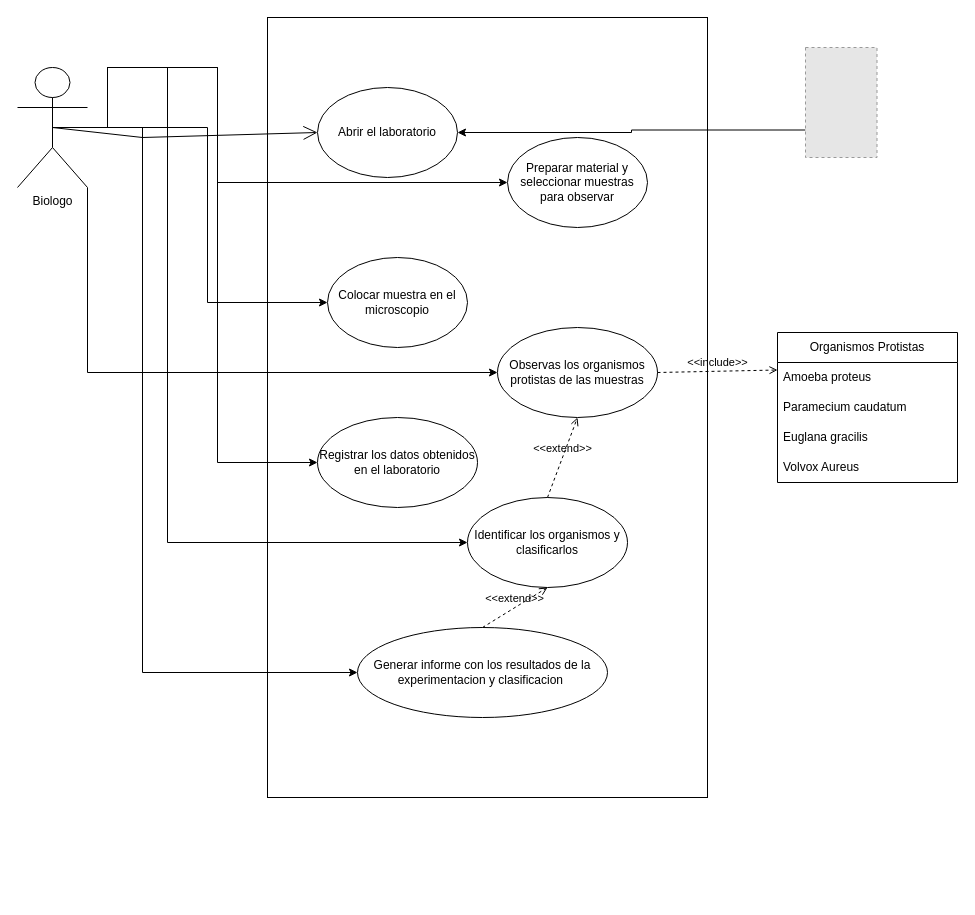
Earlier version of the draw.io diagram design/ReinoProtistaUseCase.drawio (nikito34-max/proyectoVeterinaria_grupo3). Source tidied: cells renumbered, new cells numbered last; positions are measured from the earlier drawing's top-left corner, leaving out a move shared by most shapes. Both pictures are drawn from the tidied source at 100%, with x=0, y=0 at pixel (17, 17). Pictures stored in the file or linked from it are replaced by grey dashed boxes.
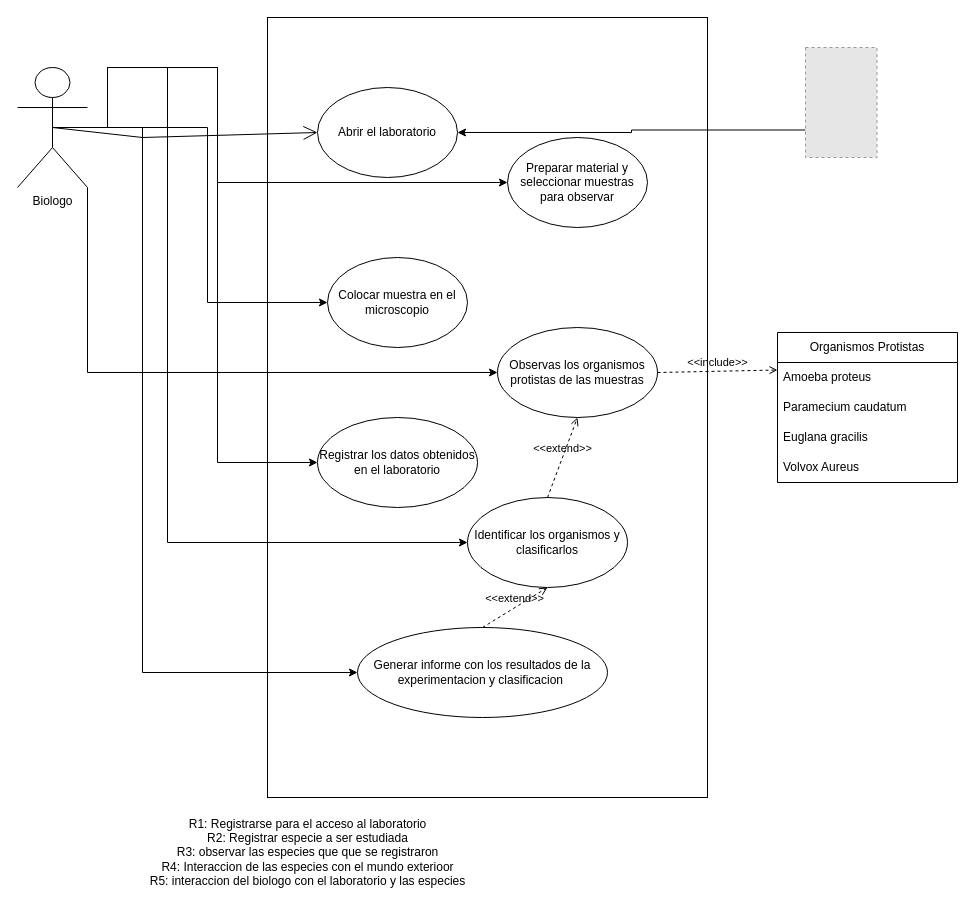
The same diagram, later.

Commit message:
modificacion de design/ReinoProtistaUseCase.drawio

Diff of the diagram source:
```diff
@@
+    <mxCell id="28" value="R1: Registrarse para el acceso al laboratorio&lt;div&gt;R2: Registrar especie a ser estudiada&lt;/div&gt;&lt;div&gt;R3: observar las especies que que se registraron&lt;br&gt;R4: Interaccion de las especies con el mundo exterioor&lt;/div&gt;&lt;div&gt;R5: interaccion del biologo con el laboratorio y las especies&lt;/div&gt;" style="text;html=1;align=center;verticalAlign=middle;strokeColor=none;fillColor=none;" parent="1" vertex="1">
+      <mxGeometry x="125" y="790" width="330" height="90" as="geometry" />
+    </mxCell>
```
